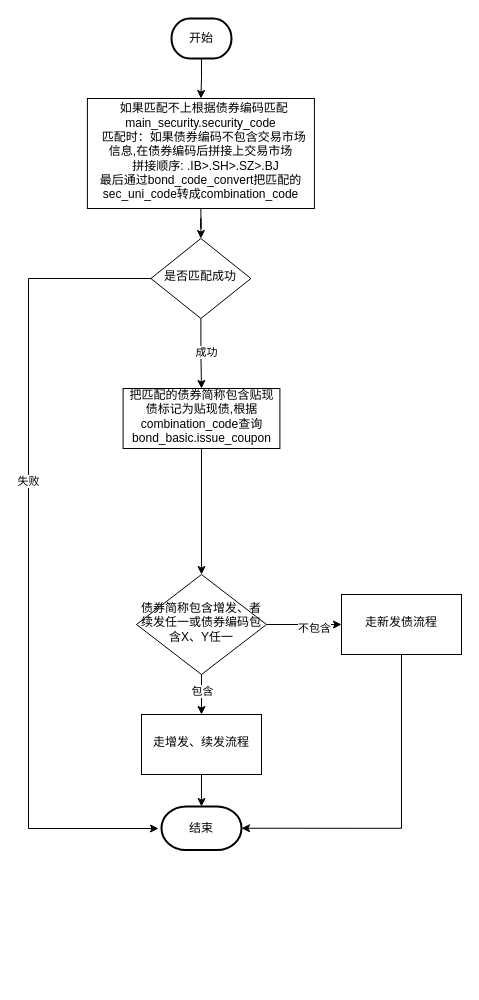
The draw.io diagram 新发债匹配流程.drawio in xbluckly/test, before the edit. Source tidied: cells renumbered, new cells numbered last; positions are measured from the earlier drawing's top-left corner, leaving out a move shared by most shapes. Both pictures are drawn from the tidied source at 100%, with x=0, y=0 at pixel (28, 18).
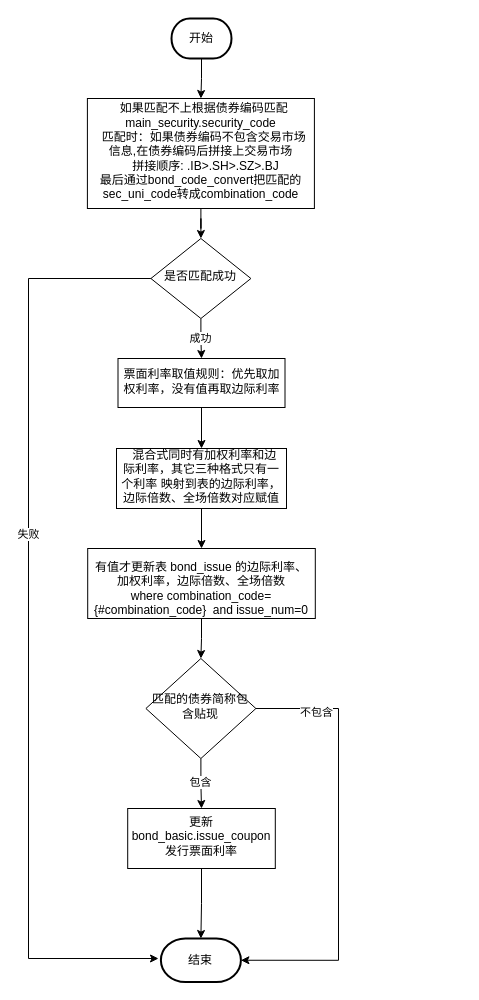
The same diagram, later.

Commit message:
更新新发债匹配流程.drawio

Unchanged cells that the change refers to:
```xml
<mxCell id="22" value="是否匹配成功" style="rhombus;whiteSpace=wrap;html=1;shadow=0;strokeWidth=1;spacing=6;spacingTop=-4;" parent="1" vertex="1">
  <mxGeometry x="122.4" y="220" width="100" height="80" as="geometry" />
</mxCell>
```

Diff of the diagram source:
```diff
@@
-    <mxCell id="4" style="edgeStyle=orthogonalEdgeStyle;rounded=0;jettySize=auto;html=1;" parent="1" edge="1" source="5" target="10">
-      <mxGeometry relative="1" as="geometry" />
-    </mxCell>
-    <mxCell id="5" value="把匹配的债券简称包含贴现债标记为贴现债,根据combination_code查询bond_basic.issue_coupon" style="whiteSpace=wrap;html=1;shadow=0;strokeWidth=1;spacing=6;spacingTop=-4;" parent="1" vertex="1">
-      <mxGeometry x="94.6" y="370" width="156.8" height="60" as="geometry" />
-    </mxCell>
-    <mxCell id="6" style="edgeStyle=orthogonalEdgeStyle;rounded=0;jettySize=auto;html=1;" parent="1" edge="1" source="10" target="13">
-      <mxGeometry relative="1" as="geometry" />
-    </mxCell>
-    <mxCell id="7" value="包含" style="edgeLabel;html=1;align=center;verticalAlign=middle;" parent="6" vertex="1">
-      <mxGeometry x="-0.18" relative="1" as="geometry" />
-    </mxCell>
-    <mxCell id="8" style="edgeStyle=orthogonalEdgeStyle;rounded=0;jettySize=auto;html=1;" parent="1" edge="1" source="10" target="15">
-      <mxGeometry relative="1" as="geometry" />
-    </mxCell>
-    <mxCell id="9" value="不包含" style="edgeLabel;html=1;align=center;verticalAlign=middle;" parent="8" vertex="1">
-      <mxGeometry x="0.25" y="-3" relative="1" as="geometry" />
-    </mxCell>
-    <mxCell id="10" value="债券简称包含增发、者续发任一或债券编码包含X、Y任一" style="rhombus;whiteSpace=wrap;html=1;shadow=0;strokeWidth=1;spacing=6;spacingTop=-4;" parent="1" vertex="1">
-      <mxGeometry x="108" y="556" width="130" height="100" as="geometry" />
-    </mxCell>
     <mxCell id="11" value="结束" style="strokeWidth=2;html=1;shape=mxgraph.flowchart.terminator;whiteSpace=wrap;" parent="1" vertex="1">
-      <mxGeometry x="133" y="788" width="80" height="43.5" as="geometry" />
+      <mxGeometry x="132.4" y="920" width="80" height="43.5" as="geometry" />
     </mxCell>
-    <mxCell id="12" style="edgeStyle=orthogonalEdgeStyle;rounded=0;jettySize=auto;html=1;" parent="1" edge="1" source="13" target="11">
-      <mxGeometry relative="1" as="geometry" />
-    </mxCell>
-    <mxCell id="13" value="走增发、续发流程" style="whiteSpace=wrap;html=1;shadow=0;strokeWidth=1;spacing=6;spacingTop=-4;" parent="1" vertex="1">
-      <mxGeometry x="113" y="696" width="120" height="60" as="geometry" />
-    </mxCell>
-    <mxCell id="14" style="edgeStyle=orthogonalEdgeStyle;rounded=0;jettySize=auto;html=1;entryX=1;entryY=0.5;entryDx=0;entryDy=0;entryPerimeter=0;exitX=0.5;exitY=1;exitDx=0;exitDy=0;" parent="1" edge="1" source="15" target="11">
-      <mxGeometry relative="1" as="geometry" />
-    </mxCell>
-    <mxCell id="15" value="走新发债流程" style="whiteSpace=wrap;html=1;shadow=0;strokeWidth=1;spacing=6;spacingTop=-4;" parent="1" vertex="1">
-      <mxGeometry x="313" y="576" width="120" height="60" as="geometry" />
-    </mxCell>
@@
-    <mxCell id="18" style="edgeStyle=orthogonalEdgeStyle;rounded=0;jettySize=auto;html=1;entryX=0.5;entryY=0;entryDx=0;entryDy=0;" parent="1" edge="1" source="22" target="5">
-      <mxGeometry relative="1" as="geometry" />
-    </mxCell>
-    <mxCell id="19" value="成功" style="edgeLabel;html=1;align=center;verticalAlign=middle;" parent="18" vertex="1">
-      <mxGeometry x="0.01" y="4" relative="1" as="geometry">
-        <mxPoint y="-2" as="offset" />
-      </mxGeometry>
-    </mxCell>
     <mxCell id="20" style="edgeStyle=orthogonalEdgeStyle;rounded=0;jettySize=auto;html=1;" parent="1" edge="1" source="22">
       <mxGeometry relative="1" as="geometry">
-        <mxPoint x="130" y="810" as="targetPoint" />
+        <mxPoint x="130" y="940" as="targetPoint" />
         <Array as="points">
           <mxPoint y="260" />
-          <mxPoint y="810" />
+          <mxPoint y="940" />
         </Array>
       </mxGeometry>
     </mxCell>
@@
+    <mxCell id="23" style="edgeStyle=orthogonalEdgeStyle;rounded=0;jettySize=auto;html=1;" parent="1" edge="1" source="22" target="25">
+      <mxGeometry relative="1" as="geometry" />
+    </mxCell>
+    <mxCell id="19" value="成功" style="edgeLabel;html=1;align=center;verticalAlign=middle;" parent="23" vertex="1">
+      <mxGeometry x="-0.06" y="-1" relative="1" as="geometry" />
+    </mxCell>
@@
+    <mxCell id="24" style="edgeStyle=orthogonalEdgeStyle;rounded=0;jettySize=auto;html=1;" parent="1" edge="1" source="25" target="27">
+      <mxGeometry relative="1" as="geometry" />
+    </mxCell>
+    <mxCell id="25" value="&lt;div&gt;&lt;div class=&quot;old-record-id-Y06CdZKERo4gitxMXKTcp8nAnag&quot;&gt;票面利率取值规则：优先取加权利率，没有值再取边际利率&lt;/div&gt;&lt;/div&gt;&lt;span class=&quot;lark-record-clipboard&quot; data-lark-record-data=&quot;{&amp;quot;rootId&amp;quot;:&amp;quot;Aed7douATo9B6cx0R7Rc3emsnXd&amp;quot;,&amp;quot;text&amp;quot;:{&amp;quot;initialAttributedTexts&amp;quot;:{&amp;quot;text&amp;quot;:{&amp;quot;0&amp;quot;:&amp;quot;票面利率取值规则：优先取加权利率，没有值再取边际利率&amp;quot;},&amp;quot;attribs&amp;quot;:{&amp;quot;0&amp;quot;:&amp;quot;*0+q&amp;quot;}},&amp;quot;apool&amp;quot;:{&amp;quot;numToAttrib&amp;quot;:{&amp;quot;0&amp;quot;:[&amp;quot;author&amp;quot;,&amp;quot;7403194829083705347&amp;quot;]},&amp;quot;nextNum&amp;quot;:1}},&amp;quot;type&amp;quot;:&amp;quot;text&amp;quot;,&amp;quot;referenceRecordMap&amp;quot;:{},&amp;quot;extra&amp;quot;:{&amp;quot;channel&amp;quot;:&amp;quot;saas&amp;quot;,&amp;quot;isEqualBlockSelection&amp;quot;:false,&amp;quot;pasteRandomId&amp;quot;:&amp;quot;f53fae7a-b66b-4820-86e4-39ea425e8903&amp;quot;,&amp;quot;mention_page_title&amp;quot;:{},&amp;quot;external_mention_url&amp;quot;:{}},&amp;quot;isKeepQuoteContainer&amp;quot;:false,&amp;quot;isFromCode&amp;quot;:false,&amp;quot;selection&amp;quot;:[{&amp;quot;id&amp;quot;:1334,&amp;quot;type&amp;quot;:&amp;quot;text&amp;quot;,&amp;quot;selection&amp;quot;:{&amp;quot;start&amp;quot;:0,&amp;quot;end&amp;quot;:26},&amp;quot;recordId&amp;quot;:&amp;quot;Y06CdZKERo4gitxMXKTcp8nAnag&amp;quot;}],&amp;quot;payloadMap&amp;quot;:{},&amp;quot;isCut&amp;quot;:false}&quot;&gt;&lt;/span&gt;" style="whiteSpace=wrap;html=1;shadow=0;strokeWidth=1;spacing=6;spacingTop=-4;" parent="1" vertex="1">
+      <mxGeometry x="89.5" y="340" width="167" height="49" as="geometry" />
+    </mxCell>
+    <mxCell id="26" style="edgeStyle=orthogonalEdgeStyle;rounded=0;jettySize=auto;html=1;" parent="1" edge="1" source="27" target="29">
+      <mxGeometry relative="1" as="geometry" />
+    </mxCell>
+    <mxCell id="27" value="&lt;div&gt;&lt;div class=&quot;ace-line ace-line old-record-id-IPHzd5iJQo4ANGxoBNIcWaeeneb&quot;&gt;&amp;nbsp; 混合式同时有加权利率和边际利率，其它三种格式只有一个利率 映射到表的边际利率，边际倍数、全场倍数对应赋值&lt;/div&gt;&lt;/div&gt;&lt;span class=&quot;lark-record-clipboard&quot; data-lark-record-data=&quot;{&amp;quot;rootId&amp;quot;:&amp;quot;Aed7douATo9B6cx0R7Rc3emsnXd&amp;quot;,&amp;quot;text&amp;quot;:{&amp;quot;initialAttributedTexts&amp;quot;:{&amp;quot;text&amp;quot;:{&amp;quot;0&amp;quot;:&amp;quot;只有混合式同时有加权利率和边际利率，其它三种格式只有一个利率 映射到表的边际利率&amp;quot;},&amp;quot;attribs&amp;quot;:{&amp;quot;0&amp;quot;:&amp;quot;*0+14&amp;quot;}},&amp;quot;apool&amp;quot;:{&amp;quot;numToAttrib&amp;quot;:{&amp;quot;0&amp;quot;:[&amp;quot;author&amp;quot;,&amp;quot;7403194829083705347&amp;quot;]},&amp;quot;nextNum&amp;quot;:1}},&amp;quot;type&amp;quot;:&amp;quot;text&amp;quot;,&amp;quot;referenceRecordMap&amp;quot;:{},&amp;quot;extra&amp;quot;:{&amp;quot;channel&amp;quot;:&amp;quot;saas&amp;quot;,&amp;quot;isEqualBlockSelection&amp;quot;:true,&amp;quot;pasteRandomId&amp;quot;:&amp;quot;f9e04e7d-997b-4b29-a2a9-bf7771be949f&amp;quot;,&amp;quot;mention_page_title&amp;quot;:{},&amp;quot;external_mention_url&amp;quot;:{}},&amp;quot;isKeepQuoteContainer&amp;quot;:true,&amp;quot;isFromCode&amp;quot;:false,&amp;quot;selection&amp;quot;:[{&amp;quot;id&amp;quot;:1333,&amp;quot;type&amp;quot;:&amp;quot;text&amp;quot;,&amp;quot;selection&amp;quot;:{&amp;quot;start&amp;quot;:0,&amp;quot;end&amp;quot;:40},&amp;quot;recordId&amp;quot;:&amp;quot;IPHzd5iJQo4ANGxoBNIcWaeeneb&amp;quot;}],&amp;quot;payloadMap&amp;quot;:{},&amp;quot;isCut&amp;quot;:false}&quot;&gt;&lt;/span&gt;" style="whiteSpace=wrap;html=1;shadow=0;strokeWidth=1;spacing=6;spacingTop=-4;" parent="1" vertex="1">
+      <mxGeometry x="88" y="430" width="170" height="60" as="geometry" />
+    </mxCell>
+    <mxCell id="28" style="edgeStyle=orthogonalEdgeStyle;rounded=0;jettySize=auto;html=1;" parent="1" edge="1" source="29" target="32">
+      <mxGeometry relative="1" as="geometry" />
+    </mxCell>
+    <mxCell id="29" value="&lt;div&gt;&lt;br&gt;&lt;/div&gt;&lt;div&gt;有值才更新表 bond_issue 的边际利率、加权利率，边际倍数、全场倍数&lt;/div&gt;&lt;div&gt;where combination_code={#combination_code}&amp;nbsp; and issue_num=0&lt;/div&gt;" style="whiteSpace=wrap;html=1;shadow=0;strokeWidth=1;spacing=6;spacingTop=-4;" parent="1" vertex="1">
+      <mxGeometry x="59.2" y="530" width="227.6" height="70" as="geometry" />
+    </mxCell>
+    <mxCell id="30" style="edgeStyle=orthogonalEdgeStyle;rounded=0;jettySize=auto;html=1;" parent="1" edge="1" source="32" target="34">
+      <mxGeometry relative="1" as="geometry" />
+    </mxCell>
+    <mxCell id="7" value="包含" style="edgeLabel;html=1;align=center;verticalAlign=middle;" parent="30" vertex="1">
+      <mxGeometry x="-0.08" y="-1" relative="1" as="geometry" />
+    </mxCell>
+    <mxCell id="31" style="edgeStyle=orthogonalEdgeStyle;rounded=0;jettySize=auto;html=1;entryX=1;entryY=0.5;entryDx=0;entryDy=0;entryPerimeter=0;" parent="1" edge="1" source="32" target="11">
+      <mxGeometry relative="1" as="geometry">
+        <Array as="points">
+          <mxPoint x="310" y="690" />
+          <mxPoint x="310" y="942" />
+        </Array>
+      </mxGeometry>
+    </mxCell>
+    <mxCell id="9" value="不包含" style="edgeLabel;html=1;align=center;verticalAlign=middle;" parent="31" vertex="1">
+      <mxGeometry x="-0.72" y="-3" relative="1" as="geometry" />
+    </mxCell>
+    <mxCell id="32" value="匹配的债券简称包含贴现" style="rhombus;whiteSpace=wrap;html=1;shadow=0;strokeWidth=1;spacing=6;spacingTop=-4;" parent="1" vertex="1">
+      <mxGeometry x="117.4" y="640" width="110" height="100" as="geometry" />
+    </mxCell>
+    <mxCell id="33" style="edgeStyle=orthogonalEdgeStyle;rounded=0;jettySize=auto;html=1;" parent="1" edge="1" source="34" target="11">
+      <mxGeometry relative="1" as="geometry" />
+    </mxCell>
+    <mxCell id="34" value="更新bond_basic.issue_coupon发行票面利率" style="whiteSpace=wrap;html=1;shadow=0;strokeWidth=1;spacing=6;spacingTop=-4;" parent="1" vertex="1">
+      <mxGeometry x="99.2" y="790" width="147.6" height="60" as="geometry" />
+    </mxCell>
```
